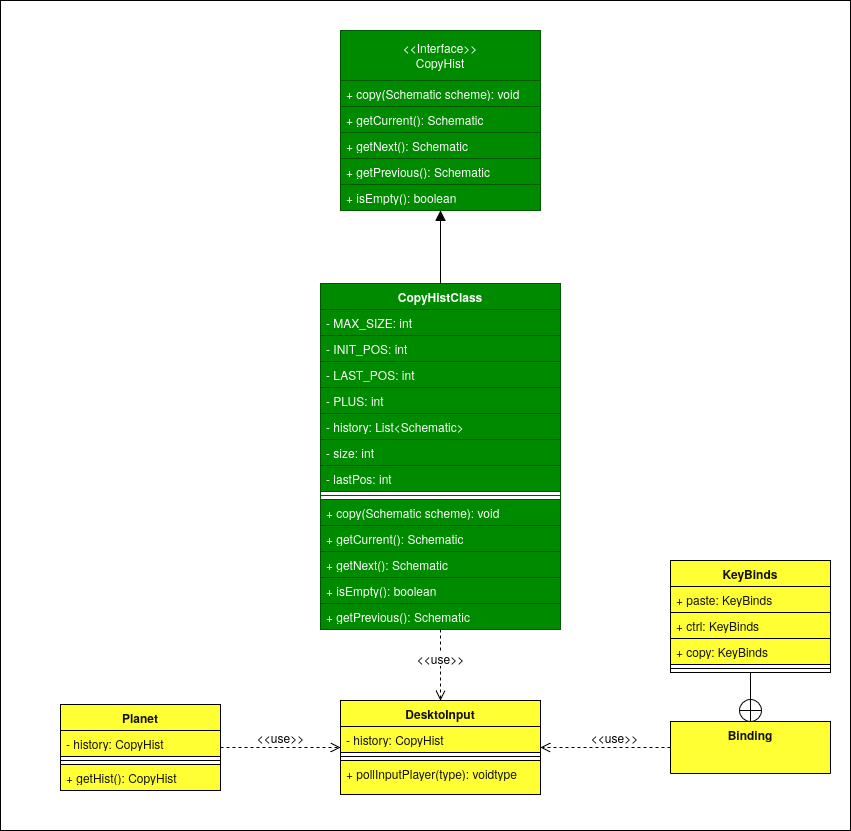
Above: SE202526/Milestone3/UserStory4/Assets/ClassDiagram_altered.png in gabits17/Mindustry-Add-ons-SE-Project (draw.io), before the change. Source tidied: cells renumbered, new cells last; positions are measured from the earlier drawing's top-left corner, leaving out a move shared by most shapes.
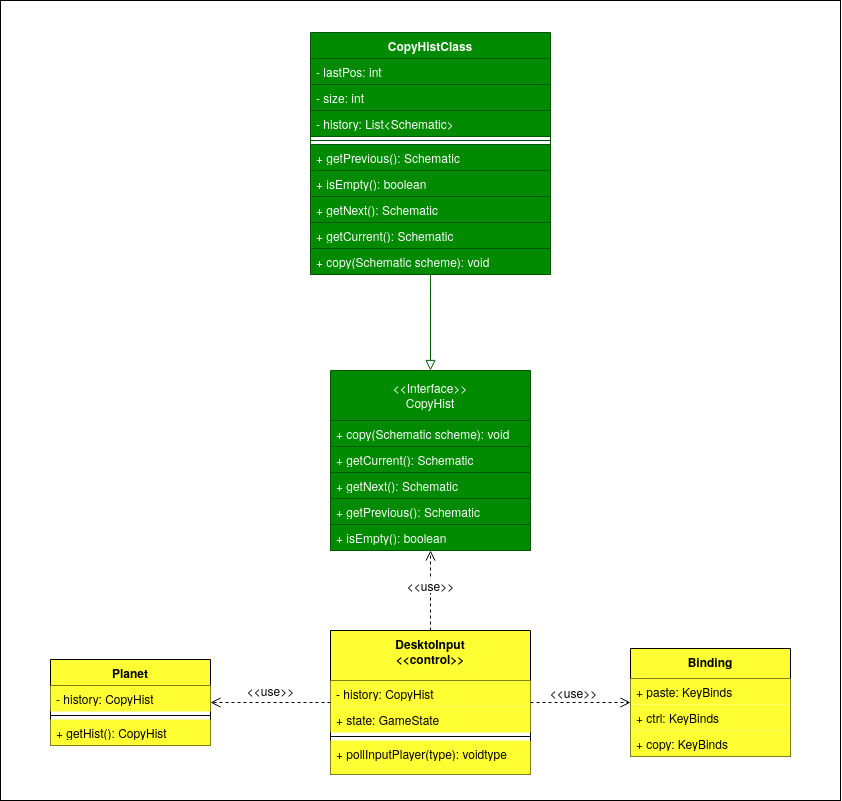
After the commit.

Commit message:
corrects US4 changes after reviews done, to class diagram

The edit, as a diff of the source:
```diff
@@ -2,11 +2,11 @@
   <root>
     <mxCell id="0" />
     <mxCell id="1" parent="0" />
-    <mxCell id="2" style="rounded=0;whiteSpace=wrap;html=1;fillColor=light-dark(#FFFFFF,transparent);" parent="1" vertex="1">
-      <mxGeometry width="850" height="830" as="geometry" />
-    </mxCell>
+    <mxCell id="43" style="rounded=0;whiteSpace=wrap;html=1;" parent="1" vertex="1">
+      <mxGeometry x="810" y="1340" width="840" height="800" as="geometry" />
+    </mxCell>
     <mxCell id="3" value="&amp;lt;&amp;lt;Interface&amp;gt;&amp;gt;&lt;div&gt;CopyHist&lt;/div&gt;" style="swimlane;fontStyle=0;horizontal=1;startSize=50;fillColor=#008a00;whiteSpace=wrap;html=1;fontColor=#ffffff;strokeColor=#005700;" parent="1" vertex="1">
-      <mxGeometry x="340" y="30" width="200" height="180" as="geometry" />
+      <mxGeometry x="1140" y="1710" width="200" height="180" as="geometry" />
     </mxCell>
     <mxCell id="4" value="+ copy(Schematic scheme): void" style="text;strokeColor=#005700;fillColor=#008a00;align=left;verticalAlign=top;spacingLeft=4;spacingRight=4;overflow=hidden;whiteSpace=wrap;html=1;fontColor=#ffffff;" parent="3" vertex="1">
       <mxGeometry y="50" width="200" height="26" as="geometry" />
@@ -24,112 +24,87 @@
       <mxGeometry y="154" width="200" height="26" as="geometry" />
     </mxCell>
     <mxCell id="9" value="CopyHistClass" style="swimlane;fontStyle=1;align=center;verticalAlign=top;horizontal=1;startSize=26;whiteSpace=wrap;html=1;fillColor=#008a00;fontColor=#ffffff;strokeColor=#005700;" parent="1" vertex="1">
-      <mxGeometry x="320" y="283" width="240" height="346" as="geometry" />
+      <mxGeometry x="1120" y="1372" width="240" height="242" as="geometry" />
     </mxCell>
-    <mxCell id="10" value="- MAX_SIZE: int" style="text;strokeColor=#005700;fillColor=#008a00;align=left;verticalAlign=top;spacingLeft=4;spacingRight=4;overflow=hidden;whiteSpace=wrap;html=1;fontColor=#ffffff;" parent="9" vertex="1">
-      <mxGeometry y="26" width="240" height="26" as="geometry" />
-    </mxCell>
-    <mxCell id="11" value="- INIT_POS: int" style="text;strokeColor=#005700;fillColor=#008a00;align=left;verticalAlign=top;spacingLeft=4;spacingRight=4;overflow=hidden;whiteSpace=wrap;html=1;fontColor=#ffffff;" parent="9" vertex="1">
-      <mxGeometry y="52" width="240" height="26" as="geometry" />
-    </mxCell>
-    <mxCell id="12" value="- LAST_POS: int" style="text;strokeColor=#005700;fillColor=#008a00;align=left;verticalAlign=top;spacingLeft=4;spacingRight=4;overflow=hidden;whiteSpace=wrap;html=1;fontColor=#ffffff;" parent="9" vertex="1">
-      <mxGeometry y="78" width="240" height="26" as="geometry" />
-    </mxCell>
-    <mxCell id="13" value="- PLUS: int" style="text;strokeColor=#005700;fillColor=#008a00;align=left;verticalAlign=top;spacingLeft=4;spacingRight=4;overflow=hidden;whiteSpace=wrap;html=1;fontColor=#ffffff;" parent="9" vertex="1">
-      <mxGeometry y="104" width="240" height="26" as="geometry" />
-    </mxCell>
+    <mxCell id="16" value="- lastPos: int" style="text;strokeColor=#005700;fillColor=#008a00;align=left;verticalAlign=top;spacingLeft=4;spacingRight=4;overflow=hidden;whiteSpace=wrap;html=1;fontColor=#ffffff;" parent="9" vertex="1">
+      <mxGeometry y="26" width="240" height="26" as="geometry" />
+    </mxCell>
+    <mxCell id="15" value="- size: int" style="text;strokeColor=#005700;fillColor=#008a00;align=left;verticalAlign=top;spacingLeft=4;spacingRight=4;overflow=hidden;whiteSpace=wrap;html=1;fontColor=#ffffff;" parent="9" vertex="1">
+      <mxGeometry y="52" width="240" height="26" as="geometry" />
+    </mxCell>
     <mxCell id="14" value="- history: List&amp;lt;Schematic&amp;gt;" style="text;strokeColor=#005700;fillColor=#008a00;align=left;verticalAlign=top;spacingLeft=4;spacingRight=4;overflow=hidden;whiteSpace=wrap;html=1;fontColor=#ffffff;" parent="9" vertex="1">
-      <mxGeometry y="130" width="240" height="26" as="geometry" />
+      <mxGeometry y="78" width="240" height="26" as="geometry" />
     </mxCell>
-    <mxCell id="15" value="- size: int" style="text;strokeColor=#005700;fillColor=#008a00;align=left;verticalAlign=top;spacingLeft=4;spacingRight=4;overflow=hidden;whiteSpace=wrap;html=1;fontColor=#ffffff;" parent="9" vertex="1">
-      <mxGeometry y="156" width="240" height="26" as="geometry" />
-    </mxCell>
-    <mxCell id="16" value="- lastPos: int" style="text;strokeColor=#005700;fillColor=#008a00;align=left;verticalAlign=top;spacingLeft=4;spacingRight=4;overflow=hidden;whiteSpace=wrap;html=1;fontColor=#ffffff;" parent="9" vertex="1">
-      <mxGeometry y="182" width="240" height="26" as="geometry" />
-    </mxCell>
-    <mxCell id="17" style="line;strokeWidth=1;fillColor=light-dark(#FFFFFF,transparent);align=left;verticalAlign=middle;spacingTop=-1;spacingLeft=3;spacingRight=3;labelPosition=right;strokeColor=inherit;" parent="9" vertex="1">
-      <mxGeometry y="208" width="240" height="8" as="geometry" />
-    </mxCell>
+    <mxCell id="44" style="line;strokeWidth=1;fillColor=#008a00;align=left;verticalAlign=middle;spacingTop=-1;spacingLeft=3;spacingRight=3;labelPosition=right;strokeColor=#005700;fontColor=#ffffff;" parent="9" vertex="1">
+      <mxGeometry y="104" width="240" height="8" as="geometry" />
+    </mxCell>
+    <mxCell id="22" value="+ getPrevious():&amp;nbsp;Schematic" style="text;strokeColor=#005700;fillColor=#008a00;align=left;verticalAlign=top;spacingLeft=4;spacingRight=4;overflow=hidden;whiteSpace=wrap;html=1;fontColor=#ffffff;" parent="9" vertex="1">
+      <mxGeometry y="112" width="240" height="26" as="geometry" />
+    </mxCell>
+    <mxCell id="21" value="+ isEmpty(): boolean" style="text;strokeColor=#005700;fillColor=#008a00;align=left;verticalAlign=top;spacingLeft=4;spacingRight=4;overflow=hidden;whiteSpace=wrap;html=1;fontColor=#ffffff;" parent="9" vertex="1">
+      <mxGeometry y="138" width="240" height="26" as="geometry" />
+    </mxCell>
+    <mxCell id="20" value="+ getNext():&amp;nbsp;Schematic" style="text;strokeColor=#005700;fillColor=#008a00;align=left;verticalAlign=top;spacingLeft=4;spacingRight=4;overflow=hidden;whiteSpace=wrap;html=1;fontColor=#ffffff;" parent="9" vertex="1">
+      <mxGeometry y="164" width="240" height="26" as="geometry" />
+    </mxCell>
+    <mxCell id="19" value="+ getCurrent(): Schematic" style="text;strokeColor=#005700;fillColor=#008a00;align=left;verticalAlign=top;spacingLeft=4;spacingRight=4;overflow=hidden;whiteSpace=wrap;html=1;fontColor=#ffffff;" parent="9" vertex="1">
+      <mxGeometry y="190" width="240" height="26" as="geometry" />
+    </mxCell>
     <mxCell id="18" value="+ copy(Schematic scheme): void" style="text;strokeColor=#005700;fillColor=#008a00;align=left;verticalAlign=top;spacingLeft=4;spacingRight=4;overflow=hidden;whiteSpace=wrap;html=1;fontColor=#ffffff;" parent="9" vertex="1">
       <mxGeometry y="216" width="240" height="26" as="geometry" />
     </mxCell>
-    <mxCell id="19" value="+ getCurrent(): Schematic" style="text;strokeColor=#005700;fillColor=#008a00;align=left;verticalAlign=top;spacingLeft=4;spacingRight=4;overflow=hidden;whiteSpace=wrap;html=1;fontColor=#ffffff;" parent="9" vertex="1">
-      <mxGeometry y="242" width="240" height="26" as="geometry" />
-    </mxCell>
-    <mxCell id="20" value="+ getNext():&amp;nbsp;Schematic" style="text;strokeColor=#005700;fillColor=#008a00;align=left;verticalAlign=top;spacingLeft=4;spacingRight=4;overflow=hidden;whiteSpace=wrap;html=1;fontColor=#ffffff;" parent="9" vertex="1">
-      <mxGeometry y="268" width="240" height="26" as="geometry" />
-    </mxCell>
-    <mxCell id="21" value="+ isEmpty(): boolean" style="text;strokeColor=#005700;fillColor=#008a00;align=left;verticalAlign=top;spacingLeft=4;spacingRight=4;overflow=hidden;whiteSpace=wrap;html=1;fontColor=#ffffff;" parent="9" vertex="1">
-      <mxGeometry y="294" width="240" height="26" as="geometry" />
-    </mxCell>
-    <mxCell id="22" value="+ getPrevious():&amp;nbsp;Schematic" style="text;strokeColor=#005700;fillColor=#008a00;align=left;verticalAlign=top;spacingLeft=4;spacingRight=4;overflow=hidden;whiteSpace=wrap;html=1;fontColor=#ffffff;" parent="9" vertex="1">
-      <mxGeometry y="320" width="240" height="26" as="geometry" />
-    </mxCell>
-    <mxCell id="23" value="Planet" style="swimlane;fontStyle=1;align=center;verticalAlign=top;horizontal=1;startSize=26;whiteSpace=wrap;html=1;fillColor=light-dark(#FFFF33,#FFFF33);strokeColor=light-dark(#000000,#FFFF33);fontColor=light-dark(#121212,#FFFFFF);" parent="1" vertex="1">
-      <mxGeometry x="60" y="704" width="160" height="86" as="geometry" />
+    <mxCell id="23" value="Planet" style="swimlane;fontStyle=1;align=center;verticalAlign=top;horizontal=1;startSize=26;whiteSpace=wrap;html=1;fillColor=light-dark(#FFFF33,#FFFF33);" parent="1" vertex="1">
+      <mxGeometry x="860" y="1999" width="160" height="86" as="geometry" />
     </mxCell>
-    <mxCell id="24" value="- history: CopyHist" style="text;fillColor=light-dark(#FFFF33,#FFFF33);align=left;verticalAlign=top;spacingLeft=4;spacingRight=4;overflow=hidden;whiteSpace=wrap;html=1;strokeColor=light-dark(#000000,#FFFF33);fontColor=light-dark(#121212,#FFFFFF);" parent="23" vertex="1">
-      <mxGeometry y="26" width="160" height="26" as="geometry" />
-    </mxCell>
-    <mxCell id="25" style="line;strokeWidth=1;fillColor=light-dark(#FFFF33,#FFFF33);align=left;verticalAlign=middle;spacingTop=-1;spacingLeft=3;spacingRight=3;labelPosition=right;strokeColor=light-dark(#000000,#FFFF33);fontColor=#ffffff;" parent="23" vertex="1">
-      <mxGeometry y="52" width="160" height="8" as="geometry" />
-    </mxCell>
+    <mxCell id="45" value="- history: CopyHist" style="text;strokeColor=none;fillColor=light-dark(#FFFF33,#FFFF33);align=left;verticalAlign=top;spacingLeft=4;spacingRight=4;overflow=hidden;whiteSpace=wrap;html=1;" parent="23" vertex="1">
+      <mxGeometry y="26" width="160" height="26" as="geometry" />
+    </mxCell>
+    <mxCell id="46" style="line;strokeWidth=1;fillColor=light-dark(#FFFF33,#FFFF33);align=left;verticalAlign=middle;spacingTop=-1;spacingLeft=3;spacingRight=3;labelPosition=right;strokeColor=inherit;" parent="23" vertex="1">
+      <mxGeometry y="52" width="160" height="8" as="geometry" />
+    </mxCell>
-    <mxCell id="26" value="+ getHist(): CopyHist" style="text;fillColor=light-dark(#FFFF33,#FFFF33);align=left;verticalAlign=top;spacingLeft=4;spacingRight=4;overflow=hidden;whiteSpace=wrap;html=1;strokeColor=light-dark(#000000,#FFFF33);fontColor=light-dark(#121212,#FFFFFF);" parent="23" vertex="1">
+    <mxCell id="26" value="+ getHist(): CopyHist" style="text;strokeColor=none;fillColor=light-dark(#FFFF33,#FFFF33);align=left;verticalAlign=top;spacingLeft=4;spacingRight=4;overflow=hidden;whiteSpace=wrap;html=1;" parent="23" vertex="1">
       <mxGeometry y="60" width="160" height="26" as="geometry" />
     </mxCell>
-    <mxCell id="27" value="DesktoInput" style="swimlane;fontStyle=1;align=center;verticalAlign=top;horizontal=1;startSize=26;whiteSpace=wrap;html=1;fillColor=light-dark(#FFFF33,#FFFF33);strokeColor=light-dark(#000000,#FFFF33);fontColor=light-dark(#121212,#FFFFFF);" parent="1" vertex="1">
-      <mxGeometry x="340" y="700" width="200" height="94" as="geometry" />
-    </mxCell>
-    <mxCell id="28" value="- history: CopyHist" style="text;fillColor=light-dark(#FFFF33,#FFFF33);align=left;verticalAlign=top;spacingLeft=4;spacingRight=4;overflow=hidden;whiteSpace=wrap;html=1;strokeColor=light-dark(#000000,#FFFF33);fontColor=light-dark(#121212,#FFFFFF);" parent="27" vertex="1">
-      <mxGeometry y="26" width="200" height="26" as="geometry" />
-    </mxCell>
-    <mxCell id="29" style="line;strokeWidth=1;fillColor=light-dark(#FFFF33,#FFFF33);align=left;verticalAlign=middle;spacingTop=-1;spacingLeft=3;spacingRight=3;labelPosition=right;strokeColor=light-dark(#000000,#FFFF33);fontColor=#ffffff;" parent="27" vertex="1">
-      <mxGeometry y="52" width="200" height="8" as="geometry" />
-    </mxCell>
+    <mxCell id="47" value="&lt;div&gt;DesktoInput&lt;/div&gt;&lt;div&gt;&amp;lt;&amp;lt;control&amp;gt;&amp;gt;&lt;/div&gt;" style="swimlane;fontStyle=1;align=center;verticalAlign=top;horizontal=1;startSize=50;whiteSpace=wrap;html=1;fillColor=light-dark(#FFFF33,#FFFF33);" parent="1" vertex="1">
+      <mxGeometry x="1140" y="1970" width="200" height="144" as="geometry" />
+    </mxCell>
+    <mxCell id="48" value="- history: CopyHist" style="text;strokeColor=none;fillColor=light-dark(#FFFF33,#FFFF33);align=left;verticalAlign=top;spacingLeft=4;spacingRight=4;overflow=hidden;whiteSpace=wrap;html=1;" parent="47" vertex="1">
+      <mxGeometry y="50" width="200" height="26" as="geometry" />
+    </mxCell>
+    <mxCell id="49" value="+ state: GameState" style="text;strokeColor=none;fillColor=light-dark(#FFFF33,#FFFF33);align=left;verticalAlign=top;spacingLeft=4;spacingRight=4;overflow=hidden;whiteSpace=wrap;html=1;" parent="47" vertex="1">
+      <mxGeometry y="76" width="200" height="26" as="geometry" />
+    </mxCell>
+    <mxCell id="50" style="line;strokeWidth=1;fillColor=light-dark(#FFFF33,#FFFF33);align=left;verticalAlign=middle;spacingTop=-1;spacingLeft=3;spacingRight=3;labelPosition=right;strokeColor=inherit;" parent="47" vertex="1">
+      <mxGeometry y="102" width="200" height="8" as="geometry" />
+    </mxCell>
-    <mxCell id="30" value="+ pollInputPlayer(type): voidtype" style="text;fillColor=light-dark(#FFFF33,#FFFF33);align=left;verticalAlign=top;spacingLeft=4;spacingRight=4;overflow=hidden;whiteSpace=wrap;html=1;strokeColor=light-dark(#000000,#FFFF33);fontColor=light-dark(#121212,#FFFFFF);" parent="27" vertex="1">
-      <mxGeometry y="60" width="200" height="34" as="geometry" />
+    <mxCell id="30" value="+ pollInputPlayer(type): voidtype" style="text;strokeColor=none;fillColor=light-dark(#FFFF33,#FFFF33);align=left;verticalAlign=top;spacingLeft=4;spacingRight=4;overflow=hidden;whiteSpace=wrap;html=1;" parent="47" vertex="1">
+      <mxGeometry y="110" width="200" height="34" as="geometry" />
     </mxCell>
+    <mxCell id="32" style="endArrow=block;endFill=0;html=1;edgeStyle=orthogonalEdgeStyle;align=left;verticalAlign=top;rounded=0;fontSize=12;startSize=8;endSize=8;curved=1;entryX=0.5;entryY=0;entryDx=0;entryDy=0;exitX=0.5;exitY=1;exitDx=0;exitDy=0;fillColor=#008a00;strokeColor=#005700;" parent="1" edge="1" source="9" target="3">
+      <mxGeometry x="-1" y="-112" relative="1" as="geometry">
+        <mxPoint x="-50" y="-12" as="offset" />
+      </mxGeometry>
+    </mxCell>
+    <mxCell id="51" value="&amp;lt;&amp;lt;use&amp;gt;&amp;gt;" style="html=1;verticalAlign=bottom;endArrow=open;dashed=1;endSize=8;curved=0;rounded=0;fontSize=12;exitX=0.5;exitY=0;exitDx=0;exitDy=0;" parent="1" edge="1" source="47" target="3">
+      <mxGeometry x="-0.12" relative="1" as="geometry" />
+    </mxCell>
+    <mxCell id="52" value="&amp;lt;&amp;lt;use&amp;gt;&amp;gt;" style="html=1;verticalAlign=bottom;endArrow=open;dashed=1;endSize=8;curved=0;rounded=0;fontSize=12;exitX=0;exitY=0.5;exitDx=0;exitDy=0;entryX=1;entryY=0.5;entryDx=0;entryDy=0;" parent="1" edge="1" source="47" target="23">
+      <mxGeometry x="-0.01" y="-2" relative="1" as="geometry" />
+    </mxCell>
-    <mxCell id="31" value="Binding" style="swimlane;fontStyle=1;align=center;verticalAlign=top;horizontal=1;startSize=52;whiteSpace=wrap;html=1;fillColor=light-dark(#FFFF33,#FFFF33);strokeColor=light-dark(#000000,#FFFF33);fontColor=light-dark(#121212,#FFFFFF);" parent="1" vertex="1">
-      <mxGeometry x="670" y="721" width="160" height="52" as="geometry" />
+    <mxCell id="31" value="Binding" style="swimlane;fontStyle=1;align=center;verticalAlign=top;horizontal=1;startSize=30;whiteSpace=wrap;html=1;fillColor=light-dark(#FFFF33,#FFFF33);" parent="1" vertex="1">
+      <mxGeometry x="1440" y="1988" width="160" height="108" as="geometry" />
     </mxCell>
-    <mxCell id="32" style="endArrow=block;endFill=1;html=1;edgeStyle=orthogonalEdgeStyle;align=left;verticalAlign=top;rounded=0;fontSize=12;startSize=8;endSize=8;curved=1;entryX=0.5;entryY=1;entryDx=0;entryDy=0;exitX=0.5;exitY=0;exitDx=0;exitDy=0;fillColor=light-dark(#FFFFFF,transparent);" parent="1" edge="1" source="9" target="3">
-      <mxGeometry x="-1" y="-112" relative="1" as="geometry">
-        <mxPoint x="-50" y="-12" as="offset" />
-      </mxGeometry>
-    </mxCell>
-    <mxCell id="33" value="&amp;lt;&amp;lt;use&amp;gt;&amp;gt;" style="html=1;verticalAlign=bottom;endArrow=open;dashed=1;endSize=8;curved=0;rounded=0;fontSize=12;exitX=0.5;exitY=1;exitDx=0;exitDy=0;entryX=0.5;entryY=0;entryDx=0;entryDy=0;fillColor=light-dark(#FFFFFF,transparent);" parent="1" edge="1" source="9" target="27">
-      <mxGeometry x="0.11" relative="1" as="geometry">
-        <Array as="points">
-          <mxPoint x="440" y="640" />
-        </Array>
-      </mxGeometry>
-    </mxCell>
-    <mxCell id="34" value="&amp;lt;&amp;lt;use&amp;gt;&amp;gt;" style="html=1;verticalAlign=bottom;endArrow=open;dashed=1;endSize=8;curved=0;rounded=0;fontSize=12;entryX=1;entryY=0.5;entryDx=0;entryDy=0;exitX=0;exitY=0.5;exitDx=0;exitDy=0;fillColor=light-dark(#FFFFFF,transparent);" parent="1" edge="1" source="31" target="27">
-      <mxGeometry x="-0.14" relative="1" as="geometry" />
-    </mxCell>
-    <mxCell id="35" value="&amp;lt;&amp;lt;use&amp;gt;&amp;gt;" style="html=1;verticalAlign=bottom;endArrow=open;dashed=1;endSize=8;curved=0;rounded=0;fontSize=12;entryX=0;entryY=0.5;entryDx=0;entryDy=0;exitX=1;exitY=0.5;exitDx=0;exitDy=0;fillColor=light-dark(#FFFFFF,transparent);" parent="1" edge="1" source="23" target="27">
-      <mxGeometry relative="1" as="geometry" />
-    </mxCell>
-    <mxCell id="36" style="verticalLabelPosition=bottom;verticalAlign=top;html=1;shape=mxgraph.flowchart.summing_function;fillColor=light-dark(#FFFFFF,transparent);" parent="1" vertex="1">
-      <mxGeometry x="739" y="699" width="22" height="22" as="geometry" />
-    </mxCell>
-    <mxCell id="37" style="endArrow=none;html=1;rounded=0;fontSize=12;startSize=8;endSize=8;curved=1;entryX=0.5;entryY=1;entryDx=0;entryDy=0;entryPerimeter=0;exitX=0.5;exitY=1;exitDx=0;exitDy=0;fillColor=light-dark(#FFFFFF,transparent);" parent="1" edge="1" source="38" target="36">
-      <mxGeometry relative="1" as="geometry" />
-    </mxCell>
-    <mxCell id="38" value="KeyBinds" style="swimlane;fontStyle=1;align=center;verticalAlign=top;horizontal=1;startSize=26;whiteSpace=wrap;html=1;fillColor=light-dark(#FFFF33,#FFFF33);strokeColor=light-dark(#000000,#FFFF33);fontColor=light-dark(#121212,#FFFFFF);" parent="1" vertex="1">
-      <mxGeometry x="670" y="560" width="160" height="112" as="geometry" />
-    </mxCell>
-    <mxCell id="39" value="+ paste: KeyBinds" style="text;fillColor=light-dark(#FFFF33,#FFFF33);align=left;verticalAlign=top;spacingLeft=4;spacingRight=4;overflow=hidden;whiteSpace=wrap;html=1;strokeColor=light-dark(#000000,#FFFF33);fontColor=light-dark(#121212,#FFFFFF);" parent="38" vertex="1">
-      <mxGeometry y="26" width="160" height="26" as="geometry" />
+    <mxCell id="39" value="+ paste: KeyBinds" style="text;strokeColor=none;fillColor=light-dark(#FFFF33,#FFFF33);align=left;verticalAlign=top;spacingLeft=4;spacingRight=4;overflow=hidden;whiteSpace=wrap;html=1;" parent="31" vertex="1">
+      <mxGeometry y="30" width="160" height="26" as="geometry" />
     </mxCell>
-    <mxCell id="40" value="+ ctrl: KeyBinds" style="text;fillColor=light-dark(#FFFF33,#FFFF33);align=left;verticalAlign=top;spacingLeft=4;spacingRight=4;overflow=hidden;whiteSpace=wrap;html=1;strokeColor=light-dark(#000000,#FFFF33);fontColor=light-dark(#121212,#FFFFFF);" parent="38" vertex="1">
-      <mxGeometry y="52" width="160" height="26" as="geometry" />
+    <mxCell id="40" value="+ ctrl: KeyBinds" style="text;strokeColor=none;fillColor=light-dark(#FFFF33,#FFFF33);align=left;verticalAlign=top;spacingLeft=4;spacingRight=4;overflow=hidden;whiteSpace=wrap;html=1;" parent="31" vertex="1">
+      <mxGeometry y="56" width="160" height="26" as="geometry" />
     </mxCell>
-    <mxCell id="41" value="+ copy: KeyBinds" style="text;fillColor=light-dark(#FFFF33,#FFFF33);align=left;verticalAlign=top;spacingLeft=4;spacingRight=4;overflow=hidden;whiteSpace=wrap;html=1;strokeColor=light-dark(#000000,#FFFF33);fontColor=light-dark(#121212,#FFFFFF);" parent="38" vertex="1">
-      <mxGeometry y="78" width="160" height="26" as="geometry" />
+    <mxCell id="41" value="+ copy: KeyBinds" style="text;strokeColor=none;fillColor=light-dark(#FFFF33,#FFFF33);align=left;verticalAlign=top;spacingLeft=4;spacingRight=4;overflow=hidden;whiteSpace=wrap;html=1;" parent="31" vertex="1">
+      <mxGeometry y="82" width="160" height="26" as="geometry" />
     </mxCell>
-    <mxCell id="42" style="line;strokeWidth=1;fillColor=light-dark(#FFFF33,#FFFF33);align=left;verticalAlign=middle;spacingTop=-1;spacingLeft=3;spacingRight=3;labelPosition=right;strokeColor=light-dark(#000000,#FFFF33);fontColor=#ffffff;" parent="38" vertex="1">
-      <mxGeometry y="104" width="160" height="8" as="geometry" />
-    </mxCell>
+    <mxCell id="53" value="&amp;lt;&amp;lt;use&amp;gt;&amp;gt;" style="html=1;verticalAlign=bottom;endArrow=open;dashed=1;endSize=8;curved=0;rounded=0;fontSize=12;entryX=0;entryY=0.5;entryDx=0;entryDy=0;exitX=1;exitY=0.5;exitDx=0;exitDy=0;" parent="1" edge="1" source="47" target="31">
+      <mxGeometry x="-0.14" relative="1" as="geometry" />
+    </mxCell>
   </root>
 </mxGraphModel>
```
